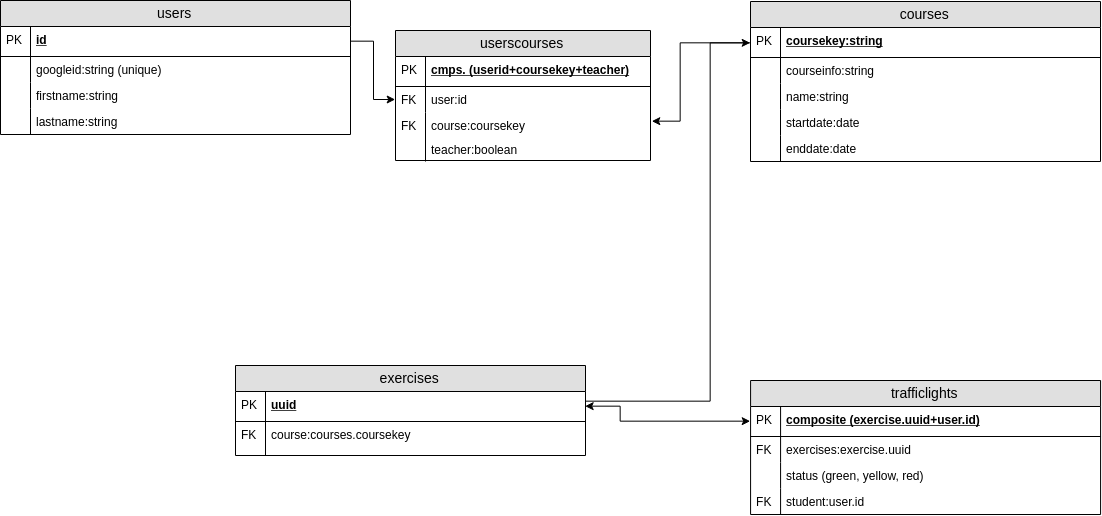
Above: readme_images/tietokanta.png in Matikkaprojekti/kisallioppiminen-backend (draw.io), before the change. Source tidied: cells renumbered, new cells last; positions are measured from the earlier drawing's top-left corner, leaving out a move shared by most shapes.
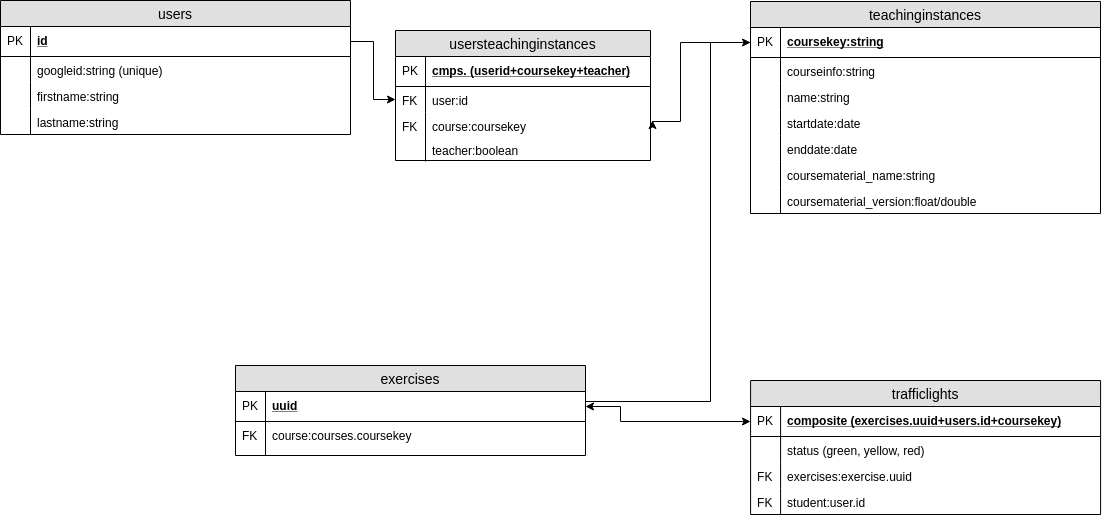
Later version of the same file.

Diff of the diagram source:
```diff
@@ -2,8 +2,8 @@
   <root>
     <mxCell id="0" />
     <mxCell id="1" parent="0" />
-    <mxCell id="2" value="courses" style="swimlane;fontStyle=0;horizontal=1;startSize=26;fillColor=#e0e0e0;swimlaneFillColor=#ffffff;align=center;fontSize=14;" parent="1" vertex="1">
-      <mxGeometry x="750" y="1" width="350" height="160" as="geometry" />
+    <mxCell id="2" value="teachinginstances" style="swimlane;fontStyle=0;horizontal=1;startSize=26;fillColor=#e0e0e0;swimlaneFillColor=#ffffff;align=center;fontSize=14;" parent="1" vertex="1">
+      <mxGeometry x="750" y="1" width="350" height="212" as="geometry" />
     </mxCell>
     <mxCell id="3" value="coursekey:string" style="shape=partialRectangle;top=0;left=0;right=0;bottom=1;align=left;verticalAlign=middle;fillColor=none;spacingLeft=34;spacingRight=4;overflow=hidden;points=[[0,0.5],[1,0.5]];portConstraint=eastwest;fontStyle=5;fontSize=12;" parent="2" vertex="1">
       <mxGeometry y="26" width="350" height="30" as="geometry" />
@@ -35,27 +35,39 @@
     <mxCell id="12" style="shape=partialRectangle;top=0;left=0;bottom=0;fillColor=none;align=left;verticalAlign=top;spacingLeft=4;spacingRight=4;overflow=hidden;fontSize=12;" parent="11" vertex="1">
       <mxGeometry width="30" height="26" as="geometry" />
     </mxCell>
+    <mxCell id="49" value="coursematerial_name:string&#10;&#10;" style="shape=partialRectangle;top=0;left=0;right=0;bottom=0;align=left;verticalAlign=top;fillColor=none;spacingLeft=34;spacingRight=4;overflow=hidden;fontSize=12;" parent="2" vertex="1">
+      <mxGeometry y="160" width="350" height="26" as="geometry" />
+    </mxCell>
+    <mxCell id="50" style="shape=partialRectangle;top=0;left=0;bottom=0;fillColor=none;align=left;verticalAlign=top;spacingLeft=4;spacingRight=4;overflow=hidden;fontSize=12;" parent="49" vertex="1">
+      <mxGeometry width="30" height="26" as="geometry" />
+    </mxCell>
+    <mxCell id="51" value="coursematerial_version:float/double" style="shape=partialRectangle;top=0;left=0;right=0;bottom=0;align=left;verticalAlign=top;fillColor=none;spacingLeft=34;spacingRight=4;overflow=hidden;fontSize=12;" parent="2" vertex="1">
+      <mxGeometry y="186" width="350" height="26" as="geometry" />
+    </mxCell>
+    <mxCell id="52" style="shape=partialRectangle;top=0;left=0;bottom=0;fillColor=none;align=left;verticalAlign=top;spacingLeft=4;spacingRight=4;overflow=hidden;fontSize=12;" parent="51" vertex="1">
+      <mxGeometry width="30" height="26" as="geometry" />
+    </mxCell>
     <mxCell id="13" value="trafficlights" style="swimlane;fontStyle=0;horizontal=1;startSize=26;fillColor=#e0e0e0;swimlaneFillColor=#ffffff;align=center;fontSize=14;" parent="1" vertex="1">
       <mxGeometry x="750.1" y="380" width="350" height="134" as="geometry" />
     </mxCell>
-    <mxCell id="14" value="composite (exercise.uuid+user.id)" style="shape=partialRectangle;top=0;left=0;right=0;bottom=1;align=left;verticalAlign=middle;fillColor=none;spacingLeft=34;spacingRight=4;overflow=hidden;points=[[0,0.5],[1,0.5]];portConstraint=eastwest;fontStyle=5;fontSize=12;" parent="13" vertex="1">
+    <mxCell id="14" value="composite (exercises.uuid+users.id+coursekey)" style="shape=partialRectangle;top=0;left=0;right=0;bottom=1;align=left;verticalAlign=middle;fillColor=none;spacingLeft=34;spacingRight=4;overflow=hidden;points=[[0,0.5],[1,0.5]];portConstraint=eastwest;fontStyle=5;fontSize=12;" parent="13" vertex="1">
       <mxGeometry y="26" width="350" height="30" as="geometry" />
     </mxCell>
     <mxCell id="15" value="PK" style="shape=partialRectangle;top=0;left=0;bottom=0;fillColor=none;align=left;verticalAlign=middle;spacingLeft=4;spacingRight=4;overflow=hidden;fontSize=12;" parent="14" vertex="1">
       <mxGeometry width="30" height="30" as="geometry" />
     </mxCell>
+    <mxCell id="18" value="status (green, yellow, red)&#10;" style="shape=partialRectangle;top=0;left=0;right=0;bottom=0;align=left;verticalAlign=top;fillColor=none;spacingLeft=34;spacingRight=4;overflow=hidden;fontSize=12;" parent="13" vertex="1">
+      <mxGeometry y="56" width="350" height="26" as="geometry" />
+    </mxCell>
+    <mxCell id="19" style="shape=partialRectangle;top=0;left=0;bottom=0;fillColor=none;align=left;verticalAlign=top;spacingLeft=4;spacingRight=4;overflow=hidden;fontSize=12;" parent="18" vertex="1">
+      <mxGeometry width="30" height="26" as="geometry" />
+    </mxCell>
     <mxCell id="16" value="exercises:exercise.uuid" style="shape=partialRectangle;top=0;left=0;right=0;bottom=0;align=left;verticalAlign=top;fillColor=none;spacingLeft=34;spacingRight=4;overflow=hidden;fontSize=12;" parent="13" vertex="1">
-      <mxGeometry y="56" width="350" height="26" as="geometry" />
+      <mxGeometry y="82" width="350" height="26" as="geometry" />
     </mxCell>
     <mxCell id="17" value="FK" style="shape=partialRectangle;top=0;left=0;bottom=0;fillColor=none;align=left;verticalAlign=top;spacingLeft=4;spacingRight=4;overflow=hidden;fontSize=12;" parent="16" vertex="1">
       <mxGeometry width="30" height="26" as="geometry" />
     </mxCell>
-    <mxCell id="18" value="status (green, yellow, red)&#10;" style="shape=partialRectangle;top=0;left=0;right=0;bottom=0;align=left;verticalAlign=top;fillColor=none;spacingLeft=34;spacingRight=4;overflow=hidden;fontSize=12;" parent="13" vertex="1">
-      <mxGeometry y="82" width="350" height="26" as="geometry" />
-    </mxCell>
-    <mxCell id="19" style="shape=partialRectangle;top=0;left=0;bottom=0;fillColor=none;align=left;verticalAlign=top;spacingLeft=4;spacingRight=4;overflow=hidden;fontSize=12;" parent="18" vertex="1">
-      <mxGeometry width="30" height="26" as="geometry" />
-    </mxCell>
     <mxCell id="20" value="student:user.id&#10;" style="shape=partialRectangle;top=0;left=0;right=0;bottom=0;align=left;verticalAlign=top;fillColor=none;spacingLeft=34;spacingRight=4;overflow=hidden;fontSize=12;" parent="13" vertex="1">
       <mxGeometry y="108" width="350" height="26" as="geometry" />
     </mxCell>
@@ -89,7 +101,7 @@
     <mxCell id="30" style="shape=partialRectangle;top=0;left=0;bottom=0;fillColor=none;align=left;verticalAlign=top;spacingLeft=4;spacingRight=4;overflow=hidden;fontSize=12;" parent="29" vertex="1">
       <mxGeometry width="30" height="26" as="geometry" />
     </mxCell>
-    <mxCell id="31" value="userscourses" style="swimlane;fontStyle=0;horizontal=1;startSize=26;fillColor=#e0e0e0;swimlaneFillColor=#ffffff;align=center;fontSize=14;" parent="1" vertex="1">
+    <mxCell id="31" value="usersteachinginstances" style="swimlane;fontStyle=0;horizontal=1;startSize=26;fillColor=#e0e0e0;swimlaneFillColor=#ffffff;align=center;fontSize=14;" parent="1" vertex="1">
       <mxGeometry x="395" y="30" width="255" height="130" as="geometry" />
     </mxCell>
     <mxCell id="32" value="cmps. (userid+coursekey+teacher)" style="shape=partialRectangle;top=0;left=0;right=0;bottom=1;align=left;verticalAlign=middle;fillColor=none;spacingLeft=34;spacingRight=4;overflow=hidden;fontStyle=5;fontSize=12;" parent="31" vertex="1">
```
